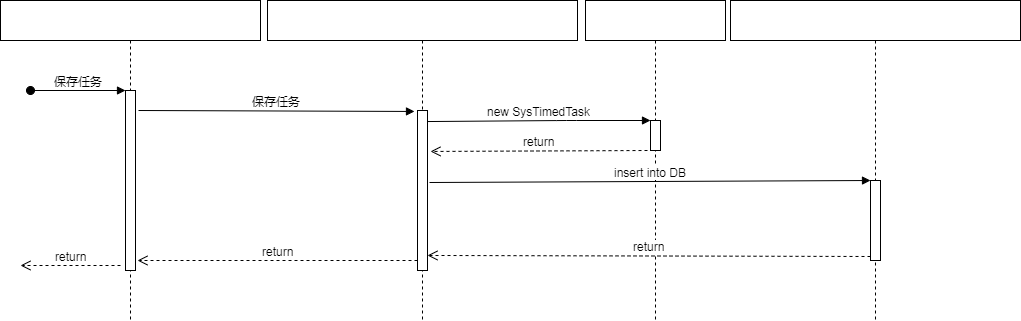
xiaolixi/xiaolixi.github.io keeps this draw.io diagram as quartz.png. Above is the earlier version. Source tidied: cells renumbered, new cells last; positions are measured from the earlier drawing's top-left corner, leaving out a move shared by most shapes.
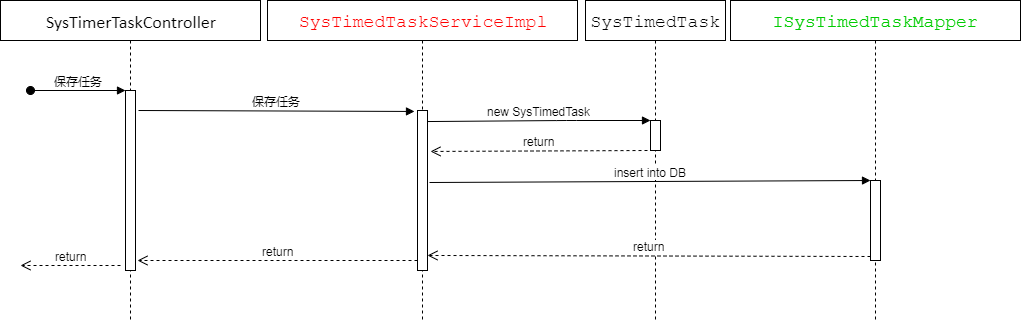
After the commit.

What changed in the source:
```diff
@@ -2,7 +2,7 @@
   <root>
     <mxCell id="0" />
     <mxCell id="1" parent="0" />
-    <mxCell id="2" value="&lt;pre style=&quot;font-family: &amp;#34;courier new&amp;#34;&quot;&gt;&lt;pre style=&quot;font-family: &amp;#34;courier new&amp;#34;&quot;&gt;&lt;p style=&quot;margin: 0in ; font-family: &amp;#34;calibri&amp;#34;&quot;&gt;&lt;span style=&quot;font-size: 18px&quot;&gt;&lt;font color=&quot;#ffffff&quot;&gt;SysTimerTaskController&lt;/font&gt;&lt;/span&gt;&lt;/p&gt;&lt;/pre&gt;&lt;/pre&gt;" style="shape=umlLifeline;perimeter=lifelinePerimeter;whiteSpace=wrap;html=1;labelBackgroundColor=none;" parent="1" vertex="1">
+    <mxCell id="2" value="&lt;pre style=&quot;font-family: &amp;#34;courier new&amp;#34;&quot;&gt;&lt;pre style=&quot;font-family: &amp;#34;courier new&amp;#34;&quot;&gt;&lt;p style=&quot;margin: 0in ; font-family: &amp;#34;calibri&amp;#34;&quot;&gt;&lt;span style=&quot;font-size: 18px&quot;&gt;&lt;font color=&quot;#000000&quot;&gt;SysTimerTaskController&lt;/font&gt;&lt;/span&gt;&lt;/p&gt;&lt;/pre&gt;&lt;/pre&gt;" style="shape=umlLifeline;perimeter=lifelinePerimeter;whiteSpace=wrap;html=1;labelBackgroundColor=none;" parent="1" vertex="1">
       <mxGeometry width="260" height="320" as="geometry" />
     </mxCell>
     <mxCell id="3" style="html=1;points=[];perimeter=orthogonalPerimeter;" parent="2" vertex="1">
@@ -19,7 +19,7 @@
         <mxPoint x="20" y="265" as="targetPoint" />
       </mxGeometry>
     </mxCell>
-    <mxCell id="6" value="&lt;pre&gt;&lt;pre&gt;&lt;font face=&quot;courier new&quot;&gt;&lt;span style=&quot;font-size: 18px&quot;&gt;&lt;font color=&quot;#ffffff&quot;&gt;SysTimedTaskServiceImpl&lt;/font&gt;&lt;/span&gt;&lt;span style=&quot;background-color: rgb(43 , 43 , 43) ; color: rgb(169 , 183 , 198) ; font-size: 13.5pt&quot;&gt;&lt;br&gt;&lt;/span&gt;&lt;/font&gt;&lt;/pre&gt;&lt;/pre&gt;" style="shape=umlLifeline;perimeter=lifelinePerimeter;whiteSpace=wrap;html=1;size=40;" parent="1" vertex="1">
+    <mxCell id="6" value="&lt;pre&gt;&lt;pre&gt;&lt;font face=&quot;courier new&quot;&gt;&lt;span style=&quot;font-size: 18px&quot;&gt;&lt;font color=&quot;#ff0000&quot;&gt;SysTimedTaskServiceImpl&lt;/font&gt;&lt;/span&gt;&lt;span style=&quot;background-color: rgb(43 , 43 , 43) ; color: rgb(169 , 183 , 198) ; font-size: 13.5pt&quot;&gt;&lt;br&gt;&lt;/span&gt;&lt;/font&gt;&lt;/pre&gt;&lt;/pre&gt;" style="shape=umlLifeline;perimeter=lifelinePerimeter;whiteSpace=wrap;html=1;size=40;" parent="1" vertex="1">
       <mxGeometry x="267" width="310" height="320" as="geometry" />
     </mxCell>
     <mxCell id="7" style="html=1;points=[];perimeter=orthogonalPerimeter;" parent="6" vertex="1">
@@ -41,7 +41,7 @@
         <mxPoint x="138" y="110" as="sourcePoint" />
       </mxGeometry>
     </mxCell>
-    <mxCell id="11" value="&lt;pre&gt;&lt;font face=&quot;courier new&quot;&gt;&lt;span style=&quot;font-size: 18px&quot;&gt;&lt;font color=&quot;#ffffff&quot;&gt;SysTimedTask&lt;/font&gt;&lt;/span&gt;&lt;span style=&quot;color: rgb(169 , 183 , 198) ; background-color: rgb(43 , 43 , 43) ; font-size: 13.5pt&quot;&gt;&lt;br&gt;&lt;/span&gt;&lt;/font&gt;&lt;/pre&gt;" style="shape=umlLifeline;perimeter=lifelinePerimeter;whiteSpace=wrap;html=1;" parent="1" vertex="1">
+    <mxCell id="11" value="&lt;pre&gt;&lt;font face=&quot;courier new&quot;&gt;&lt;span style=&quot;font-size: 18px&quot;&gt;&lt;font color=&quot;#000000&quot;&gt;SysTimedTask&lt;/font&gt;&lt;/span&gt;&lt;span style=&quot;color: rgb(169 , 183 , 198) ; background-color: rgb(43 , 43 , 43) ; font-size: 13.5pt&quot;&gt;&lt;br&gt;&lt;/span&gt;&lt;/font&gt;&lt;/pre&gt;" style="shape=umlLifeline;perimeter=lifelinePerimeter;whiteSpace=wrap;html=1;" parent="1" vertex="1">
       <mxGeometry x="585" width="140" height="320" as="geometry" />
     </mxCell>
     <mxCell id="12" style="html=1;perimeter=orthogonalPerimeter;" parent="11" vertex="1">
@@ -55,7 +55,7 @@
         </Array>
       </mxGeometry>
     </mxCell>
-    <mxCell id="14" value="&lt;pre&gt;&lt;pre&gt;&lt;font face=&quot;courier new&quot; color=&quot;#ffffff&quot;&gt;&lt;span style=&quot;font-size: 18px&quot;&gt;ISysTimedTaskMapper&lt;/span&gt;&lt;/font&gt;&lt;/pre&gt;&lt;/pre&gt;" style="shape=umlLifeline;perimeter=lifelinePerimeter;whiteSpace=wrap;html=1;" parent="1" vertex="1">
+    <mxCell id="14" value="&lt;pre&gt;&lt;pre&gt;&lt;font face=&quot;courier new&quot; color=&quot;#00cc00&quot;&gt;&lt;span style=&quot;font-size: 18px&quot;&gt;ISysTimedTaskMapper&lt;/span&gt;&lt;/font&gt;&lt;/pre&gt;&lt;/pre&gt;" style="shape=umlLifeline;perimeter=lifelinePerimeter;whiteSpace=wrap;html=1;" parent="1" vertex="1">
       <mxGeometry x="730" width="290" height="320" as="geometry" />
     </mxCell>
     <mxCell id="15" style="html=1;points=[];perimeter=orthogonalPerimeter;" parent="14" vertex="1">
```
